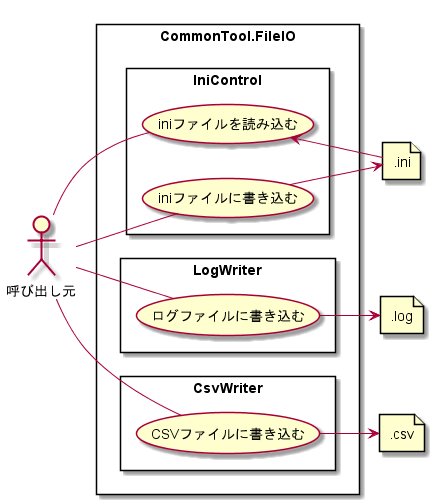
hirorich/CommonTool keeps this PlantUML diagram as doc/03_SubSystem別/CommonTool.FileIO/01_機能詳細/ユースケース図.png. Above is the earlier version. Source of this version:
```plantuml
@startuml ..\ユースケース図.png

left to right direction

actor 呼び出し元
file ".ini" as IniFile
file ".log" as LogFile
file ".csv" as CsvFile

rectangle CommonTool.FileIO as FileIO {
  rectangle IniControl {
    呼び出し元 -- (iniファイルを読み込む)
    呼び出し元 -- (iniファイルに書き込む)
    (iniファイルを読み込む) <-- IniFile
    (iniファイルに書き込む) --> IniFile
  }
  rectangle LogWriter {
    呼び出し元 -- (ログファイルに書き込む)
    (ログファイルに書き込む) --> LogFile
  }
  rectangle CsvWriter {
    呼び出し元 -- (CSVファイルに書き込む)
    (CSVファイルに書き込む) --> CsvFile
  }
}

@enduml
```
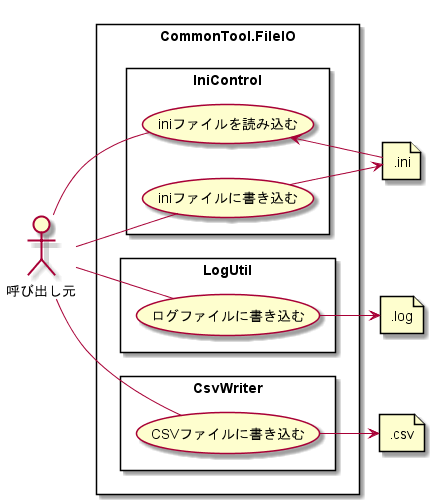
After the change.

The edit, as a diff of the source:
```diff
@@ -14,7 +14,7 @@
     (iniファイルを読み込む) <-- IniFile
     (iniファイルに書き込む) --> IniFile
   }
-  rectangle LogWriter {
+  rectangle LogUtil {
     呼び出し元 -- (ログファイルに書き込む)
     (ログファイルに書き込む) --> LogFile
   }
```
